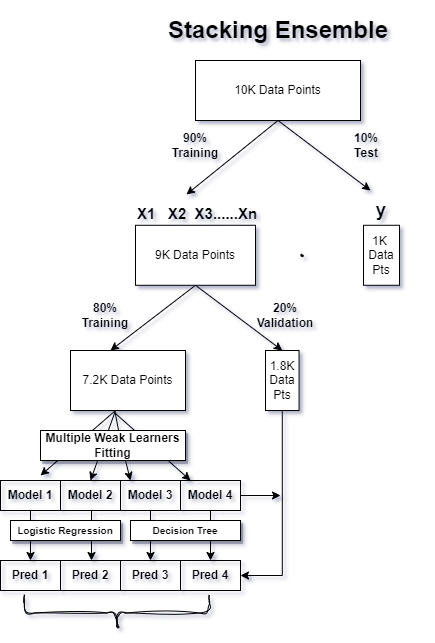
Before: Working of Manual Stacking Ensemble.drawio.png, a diagram exported from draw.io (PBPatil/Stacking_ensemble). Source tidied: cells renumbered, new cells last; positions are measured from the earlier drawing's top-left corner, leaving out a move shared by most shapes.
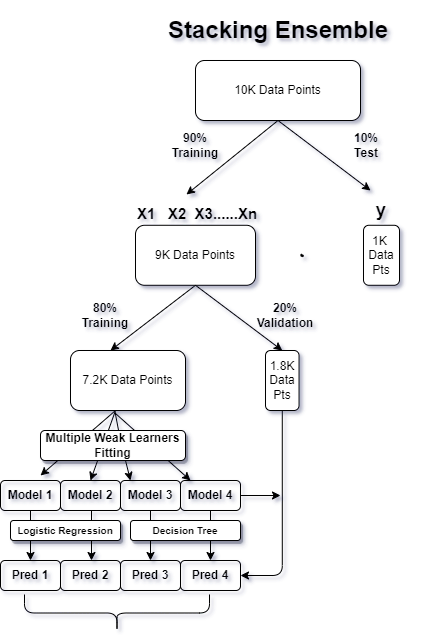
The same diagram one commit later.

Change to the diagram source:
```diff
@@ -2,19 +2,19 @@
   <root>
     <mxCell id="0" />
     <mxCell id="1" parent="0" />
-    <mxCell id="2" style="endArrow=classic;html=1;rounded=0;exitX=0.5;exitY=1;exitDx=0;exitDy=0;" parent="1" edge="1">
+    <mxCell id="2" style="endArrow=classic;html=1;rounded=1;exitX=0.5;exitY=1;exitDx=0;exitDy=0;" parent="1" edge="1">
       <mxGeometry relative="1" as="geometry">
         <mxPoint x="115" y="390" as="sourcePoint" />
         <mxPoint x="40" y="455" as="targetPoint" />
       </mxGeometry>
     </mxCell>
-    <mxCell id="3" style="endArrow=classic;html=1;rounded=0;exitX=0.5;exitY=1;exitDx=0;exitDy=0;" parent="1" edge="1">
+    <mxCell id="3" style="endArrow=classic;html=1;rounded=1;exitX=0.5;exitY=1;exitDx=0;exitDy=0;" parent="1" edge="1">
       <mxGeometry relative="1" as="geometry">
         <mxPoint x="115" y="390" as="sourcePoint" />
         <mxPoint x="90" y="460" as="targetPoint" />
       </mxGeometry>
     </mxCell>
-    <mxCell id="4" style="endArrow=classic;html=1;rounded=0;exitX=0.388;exitY=1.033;exitDx=0;exitDy=0;exitPerimeter=0;" parent="1" edge="1" source="17">
+    <mxCell id="4" style="endArrow=classic;html=1;rounded=1;exitX=0.388;exitY=1.033;exitDx=0;exitDy=0;exitPerimeter=0;" parent="1" edge="1" source="17">
       <mxGeometry relative="1" as="geometry">
         <mxPoint x="130" y="460" as="targetPoint" />
         <Array as="points">
@@ -22,123 +22,123 @@
         </Array>
       </mxGeometry>
     </mxCell>
-    <mxCell id="5" style="endArrow=classic;html=1;rounded=0;exitX=0.388;exitY=1.044;exitDx=0;exitDy=0;exitPerimeter=0;" parent="1" edge="1" source="17">
+    <mxCell id="5" style="endArrow=classic;html=1;rounded=1;exitX=0.388;exitY=1.044;exitDx=0;exitDy=0;exitPerimeter=0;" parent="1" edge="1" source="17">
       <mxGeometry relative="1" as="geometry">
         <mxPoint x="190" y="460" as="targetPoint" />
       </mxGeometry>
     </mxCell>
-    <mxCell id="6" value="9K Data Points" style="rounded=0;whiteSpace=wrap;html=1;" parent="1" vertex="1">
+    <mxCell id="6" value="9K Data Points" style="rounded=1;whiteSpace=wrap;html=1;" parent="1" vertex="1">
       <mxGeometry x="135" y="204.8" width="120" height="60" as="geometry" />
     </mxCell>
-    <mxCell id="7" value="1K&amp;nbsp;&lt;br&gt;Data&lt;br&gt;Pts" style="rounded=0;whiteSpace=wrap;html=1;" parent="1" vertex="1">
+    <mxCell id="7" value="1K&amp;nbsp;&lt;br&gt;Data&lt;br&gt;Pts" style="rounded=1;whiteSpace=wrap;html=1;" parent="1" vertex="1">
       <mxGeometry x="363" y="204.8" width="36" height="60" as="geometry" />
     </mxCell>
-    <mxCell id="8" value="&lt;h1&gt;Stacking Ensemble&lt;/h1&gt;" style="text;strokeColor=none;align=center;fillColor=none;html=1;verticalAlign=middle;whiteSpace=wrap;rounded=0;" parent="1" vertex="1">
+    <mxCell id="8" value="&lt;h1&gt;Stacking Ensemble&lt;/h1&gt;" style="text;strokeColor=none;align=center;fillColor=none;html=1;verticalAlign=middle;whiteSpace=wrap;rounded=1;" parent="1" vertex="1">
       <mxGeometry x="132.5" width="290" height="20" as="geometry" />
     </mxCell>
-    <mxCell id="9" style="shape=(stored shape, 640 characters);lineShape=1;" parent="1" vertex="1">
+    <mxCell id="9" style="shape=(stored shape, 640 characters);lineShape=1;rounded=1;" parent="1" vertex="1">
       <mxGeometry x="300.2" y="233.5" width="2.5" height="2.5" as="geometry" />
     </mxCell>
-    <mxCell id="10" value="&lt;font style=&quot;font-size: 18px;&quot;&gt;&lt;b style=&quot;&quot;&gt;&lt;sub&gt;X1&amp;nbsp; &amp;nbsp;X2&amp;nbsp; X3......Xn&lt;/sub&gt;&lt;/b&gt;&lt;/font&gt;" style="rounded=0;whiteSpace=wrap;html=1;align=left;shadow=0;strokeColor=none;fillColor=none;" parent="1" vertex="1">
+    <mxCell id="10" value="&lt;font style=&quot;font-size: 18px;&quot;&gt;&lt;b style=&quot;&quot;&gt;&lt;sub&gt;X1&amp;nbsp; &amp;nbsp;X2&amp;nbsp; X3......Xn&lt;/sub&gt;&lt;/b&gt;&lt;/font&gt;" style="rounded=1;whiteSpace=wrap;html=1;align=left;shadow=0;strokeColor=none;fillColor=none;" parent="1" vertex="1">
       <mxGeometry x="135" y="175.6" width="130" height="29.2" as="geometry" />
     </mxCell>
-    <mxCell id="11" value="&lt;div style=&quot;&quot;&gt;&lt;span style=&quot;background-color: initial;&quot;&gt;&lt;b&gt;&lt;font style=&quot;font-size: 18px;&quot;&gt;y&lt;/font&gt;&lt;/b&gt;&lt;/span&gt;&lt;/div&gt;" style="rounded=0;whiteSpace=wrap;html=1;align=center;shadow=0;strokeColor=none;fillColor=none;" parent="1" vertex="1">
+    <mxCell id="11" value="&lt;div style=&quot;&quot;&gt;&lt;span style=&quot;background-color: initial;&quot;&gt;&lt;b&gt;&lt;font style=&quot;font-size: 18px;&quot;&gt;y&lt;/font&gt;&lt;/b&gt;&lt;/span&gt;&lt;/div&gt;" style="rounded=1;whiteSpace=wrap;html=1;align=center;shadow=0;strokeColor=none;fillColor=none;" parent="1" vertex="1">
       <mxGeometry x="366" y="175.6" width="30" height="29.2" as="geometry" />
     </mxCell>
-    <mxCell id="12" value="10K Data Points" style="rounded=0;whiteSpace=wrap;html=1;" parent="1" vertex="1">
+    <mxCell id="12" value="10K Data Points" style="rounded=1;whiteSpace=wrap;html=1;" parent="1" vertex="1">
       <mxGeometry x="195" y="40" width="165" height="60" as="geometry" />
     </mxCell>
-    <mxCell id="13" style="endArrow=classic;html=1;rounded=0;exitX=0.5;exitY=1;exitDx=0;exitDy=0;entryX=0.392;entryY=-0.054;entryDx=0;entryDy=0;entryPerimeter=0;" parent="1" edge="1" source="12" target="10">
+    <mxCell id="13" style="endArrow=classic;html=1;rounded=1;exitX=0.5;exitY=1;exitDx=0;exitDy=0;entryX=0.392;entryY=-0.054;entryDx=0;entryDy=0;entryPerimeter=0;" parent="1" edge="1" source="12" target="10">
       <mxGeometry relative="1" as="geometry" />
     </mxCell>
-    <mxCell id="14" style="endArrow=classic;html=1;rounded=0;exitX=0.5;exitY=1;exitDx=0;exitDy=0;" parent="1" edge="1" source="12">
+    <mxCell id="14" style="endArrow=classic;html=1;rounded=1;exitX=0.5;exitY=1;exitDx=0;exitDy=0;" parent="1" edge="1" source="12">
       <mxGeometry relative="1" as="geometry">
         <mxPoint x="370" y="170" as="targetPoint" />
       </mxGeometry>
     </mxCell>
-    <mxCell id="15" value="&lt;b&gt;&lt;font style=&quot;font-size: 12px;&quot;&gt;90% Training&lt;/font&gt;&lt;/b&gt;" style="text;strokeColor=none;align=center;fillColor=none;html=1;verticalAlign=middle;whiteSpace=wrap;rounded=0;" parent="1" vertex="1">
+    <mxCell id="15" value="&lt;b&gt;&lt;font style=&quot;font-size: 12px;&quot;&gt;90% Training&lt;/font&gt;&lt;/b&gt;" style="text;strokeColor=none;align=center;fillColor=none;html=1;verticalAlign=middle;whiteSpace=wrap;rounded=1;" parent="1" vertex="1">
       <mxGeometry x="165" y="110" width="60" height="30" as="geometry" />
     </mxCell>
-    <mxCell id="16" value="&lt;b&gt;&lt;font style=&quot;font-size: 12px;&quot;&gt;10%&lt;br&gt;Test&lt;/font&gt;&lt;/b&gt;" style="text;strokeColor=none;align=center;fillColor=none;html=1;verticalAlign=middle;whiteSpace=wrap;rounded=0;" parent="1" vertex="1">
+    <mxCell id="16" value="&lt;b&gt;&lt;font style=&quot;font-size: 12px;&quot;&gt;10%&lt;br&gt;Test&lt;/font&gt;&lt;/b&gt;" style="text;strokeColor=none;align=center;fillColor=none;html=1;verticalAlign=middle;whiteSpace=wrap;rounded=1;" parent="1" vertex="1">
       <mxGeometry x="336" y="110" width="60" height="30" as="geometry" />
     </mxCell>
-    <mxCell id="17" value="7.2K Data Points" style="rounded=0;whiteSpace=wrap;html=1;" parent="1" vertex="1">
+    <mxCell id="17" value="7.2K Data Points" style="rounded=1;whiteSpace=wrap;html=1;" parent="1" vertex="1">
       <mxGeometry x="70" y="330" width="115" height="60" as="geometry" />
     </mxCell>
-    <mxCell id="18" style="edgeStyle=orthogonalEdgeStyle;rounded=0;jettySize=auto;html=1;exitX=0.5;exitY=1;exitDx=0;exitDy=0;entryX=1;entryY=0.5;entryDx=0;entryDy=0;" parent="1" edge="1" source="19" target="34">
+    <mxCell id="18" style="edgeStyle=orthogonalEdgeStyle;rounded=1;jettySize=auto;html=1;exitX=0.5;exitY=1;exitDx=0;exitDy=0;entryX=1;entryY=0.5;entryDx=0;entryDy=0;" parent="1" edge="1" source="19" target="34">
       <mxGeometry relative="1" as="geometry" />
     </mxCell>
-    <mxCell id="19" value="1.8K&lt;br&gt;Data&lt;br&gt;Pts" style="rounded=0;whiteSpace=wrap;html=1;" parent="1" vertex="1">
+    <mxCell id="19" value="1.8K&lt;br&gt;Data&lt;br&gt;Pts" style="rounded=1;whiteSpace=wrap;html=1;" parent="1" vertex="1">
       <mxGeometry x="265" y="330" width="33.5" height="60" as="geometry" />
     </mxCell>
-    <mxCell id="20" style="endArrow=classic;html=1;rounded=0;exitX=0.5;exitY=1;exitDx=0;exitDy=0;" parent="1" edge="1" source="6">
+    <mxCell id="20" style="endArrow=classic;html=1;rounded=1;exitX=0.5;exitY=1;exitDx=0;exitDy=0;" parent="1" edge="1" source="6">
       <mxGeometry relative="1" as="geometry">
         <mxPoint x="110" y="330" as="targetPoint" />
       </mxGeometry>
     </mxCell>
-    <mxCell id="21" style="endArrow=classic;html=1;rounded=0;exitX=0.5;exitY=1;exitDx=0;exitDy=0;entryX=0.5;entryY=0;entryDx=0;entryDy=0;" parent="1" edge="1" source="6" target="19">
+    <mxCell id="21" style="endArrow=classic;html=1;rounded=1;exitX=0.5;exitY=1;exitDx=0;exitDy=0;entryX=0.5;entryY=0;entryDx=0;entryDy=0;" parent="1" edge="1" source="6" target="19">
       <mxGeometry relative="1" as="geometry" />
     </mxCell>
-    <mxCell id="22" value="&lt;b&gt;&lt;font style=&quot;font-size: 12px;&quot;&gt;80% Training&lt;/font&gt;&lt;/b&gt;" style="text;strokeColor=none;align=center;fillColor=none;html=1;verticalAlign=middle;whiteSpace=wrap;rounded=0;" parent="1" vertex="1">
+    <mxCell id="22" value="&lt;b&gt;&lt;font style=&quot;font-size: 12px;&quot;&gt;80% Training&lt;/font&gt;&lt;/b&gt;" style="text;strokeColor=none;align=center;fillColor=none;html=1;verticalAlign=middle;whiteSpace=wrap;rounded=1;" parent="1" vertex="1">
       <mxGeometry x="75" y="280" width="60" height="30" as="geometry" />
     </mxCell>
-    <mxCell id="23" value="&lt;b&gt;&lt;font style=&quot;font-size: 12px;&quot;&gt;20%&lt;br&gt;Validation&lt;br&gt;&lt;/font&gt;&lt;/b&gt;" style="text;strokeColor=none;align=center;fillColor=none;html=1;verticalAlign=middle;whiteSpace=wrap;rounded=0;" parent="1" vertex="1">
+    <mxCell id="23" value="&lt;b&gt;&lt;font style=&quot;font-size: 12px;&quot;&gt;20%&lt;br&gt;Validation&lt;br&gt;&lt;/font&gt;&lt;/b&gt;" style="text;strokeColor=none;align=center;fillColor=none;html=1;verticalAlign=middle;whiteSpace=wrap;rounded=1;" parent="1" vertex="1">
       <mxGeometry x="255" y="280" width="60" height="30" as="geometry" />
     </mxCell>
-    <mxCell id="24" style="edgeStyle=orthogonalEdgeStyle;rounded=0;jettySize=auto;html=1;exitX=0.5;exitY=1;exitDx=0;exitDy=0;entryX=0.5;entryY=0;entryDx=0;entryDy=0;" parent="1" edge="1" source="25" target="31">
+    <mxCell id="24" style="edgeStyle=orthogonalEdgeStyle;rounded=1;jettySize=auto;html=1;exitX=0.5;exitY=1;exitDx=0;exitDy=0;entryX=0.5;entryY=0;entryDx=0;entryDy=0;" parent="1" edge="1" source="25" target="31">
       <mxGeometry relative="1" as="geometry" />
     </mxCell>
-    <mxCell id="25" value="&lt;b&gt;&lt;font style=&quot;font-size: 12px;&quot;&gt;Model 1&lt;br&gt;&lt;/font&gt;&lt;/b&gt;" style="text;strokeColor=default;align=center;fillColor=none;html=1;verticalAlign=middle;whiteSpace=wrap;rounded=0;" parent="1" vertex="1">
+    <mxCell id="25" value="&lt;b&gt;&lt;font style=&quot;font-size: 12px;&quot;&gt;Model 1&lt;br&gt;&lt;/font&gt;&lt;/b&gt;" style="text;strokeColor=default;align=center;fillColor=none;html=1;verticalAlign=middle;whiteSpace=wrap;rounded=1;" parent="1" vertex="1">
       <mxGeometry y="460" width="60" height="30" as="geometry" />
     </mxCell>
-    <mxCell id="26" value="&lt;b&gt;&lt;font style=&quot;font-size: 12px;&quot;&gt;Model 2&lt;br&gt;&lt;/font&gt;&lt;/b&gt;" style="text;strokeColor=default;align=center;fillColor=none;html=1;verticalAlign=middle;whiteSpace=wrap;rounded=0;" parent="1" vertex="1">
+    <mxCell id="26" value="&lt;b&gt;&lt;font style=&quot;font-size: 12px;&quot;&gt;Model 2&lt;br&gt;&lt;/font&gt;&lt;/b&gt;" style="text;strokeColor=default;align=center;fillColor=none;html=1;verticalAlign=middle;whiteSpace=wrap;rounded=1;" parent="1" vertex="1">
       <mxGeometry x="60" y="460" width="60" height="30" as="geometry" />
     </mxCell>
-    <mxCell id="27" value="&lt;b&gt;&lt;font style=&quot;font-size: 12px;&quot;&gt;Model 3&lt;br&gt;&lt;/font&gt;&lt;/b&gt;" style="text;strokeColor=default;align=center;fillColor=none;html=1;verticalAlign=middle;whiteSpace=wrap;rounded=0;" parent="1" vertex="1">
+    <mxCell id="27" value="&lt;b&gt;&lt;font style=&quot;font-size: 12px;&quot;&gt;Model 3&lt;br&gt;&lt;/font&gt;&lt;/b&gt;" style="text;strokeColor=default;align=center;fillColor=none;html=1;verticalAlign=middle;whiteSpace=wrap;rounded=1;" parent="1" vertex="1">
       <mxGeometry x="120" y="460" width="60" height="30" as="geometry" />
     </mxCell>
-    <mxCell id="28" style="edgeStyle=orthogonalEdgeStyle;rounded=0;jettySize=auto;html=1;exitX=0.5;exitY=1;exitDx=0;exitDy=0;entryX=0.5;entryY=0;entryDx=0;entryDy=0;" parent="1" edge="1" source="30" target="34">
+    <mxCell id="28" style="edgeStyle=orthogonalEdgeStyle;rounded=1;jettySize=auto;html=1;exitX=0.5;exitY=1;exitDx=0;exitDy=0;entryX=0.5;entryY=0;entryDx=0;entryDy=0;" parent="1" edge="1" source="30" target="34">
       <mxGeometry relative="1" as="geometry" />
     </mxCell>
-    <mxCell id="29" style="edgeStyle=orthogonalEdgeStyle;rounded=0;jettySize=auto;html=1;exitX=1;exitY=0.5;exitDx=0;exitDy=0;" parent="1" edge="1" source="30">
+    <mxCell id="29" style="edgeStyle=orthogonalEdgeStyle;rounded=1;jettySize=auto;html=1;exitX=1;exitY=0.5;exitDx=0;exitDy=0;" parent="1" edge="1" source="30">
       <mxGeometry relative="1" as="geometry">
         <mxPoint x="280" y="475" as="targetPoint" />
       </mxGeometry>
     </mxCell>
-    <mxCell id="30" value="&lt;b&gt;&lt;font style=&quot;font-size: 12px;&quot;&gt;Model 4&lt;br&gt;&lt;/font&gt;&lt;/b&gt;" style="text;strokeColor=default;align=center;fillColor=none;html=1;verticalAlign=middle;whiteSpace=wrap;rounded=0;" parent="1" vertex="1">
+    <mxCell id="30" value="&lt;b&gt;&lt;font style=&quot;font-size: 12px;&quot;&gt;Model 4&lt;br&gt;&lt;/font&gt;&lt;/b&gt;" style="text;strokeColor=default;align=center;fillColor=none;html=1;verticalAlign=middle;whiteSpace=wrap;rounded=1;" parent="1" vertex="1">
       <mxGeometry x="180" y="460" width="60" height="30" as="geometry" />
     </mxCell>
-    <mxCell id="31" value="&lt;b&gt;&lt;font style=&quot;font-size: 12px;&quot;&gt;Pred 1&lt;br&gt;&lt;/font&gt;&lt;/b&gt;" style="text;strokeColor=default;align=center;fillColor=none;html=1;verticalAlign=middle;whiteSpace=wrap;rounded=0;" parent="1" vertex="1">
+    <mxCell id="31" value="&lt;b&gt;&lt;font style=&quot;font-size: 12px;&quot;&gt;Pred 1&lt;br&gt;&lt;/font&gt;&lt;/b&gt;" style="text;strokeColor=default;align=center;fillColor=none;html=1;verticalAlign=middle;whiteSpace=wrap;rounded=1;" parent="1" vertex="1">
       <mxGeometry y="540" width="60" height="30" as="geometry" />
     </mxCell>
-    <mxCell id="32" value="&lt;b&gt;&lt;font style=&quot;font-size: 12px;&quot;&gt;Pred&amp;nbsp;2&lt;br&gt;&lt;/font&gt;&lt;/b&gt;" style="text;strokeColor=default;align=center;fillColor=none;html=1;verticalAlign=middle;whiteSpace=wrap;rounded=0;" parent="1" vertex="1">
+    <mxCell id="32" value="&lt;b&gt;&lt;font style=&quot;font-size: 12px;&quot;&gt;Pred&amp;nbsp;2&lt;br&gt;&lt;/font&gt;&lt;/b&gt;" style="text;strokeColor=default;align=center;fillColor=none;html=1;verticalAlign=middle;whiteSpace=wrap;rounded=1;" parent="1" vertex="1">
       <mxGeometry x="60" y="540" width="60" height="30" as="geometry" />
     </mxCell>
-    <mxCell id="33" value="&lt;b&gt;&lt;font style=&quot;font-size: 12px;&quot;&gt;Pred 3&lt;br&gt;&lt;/font&gt;&lt;/b&gt;" style="text;strokeColor=default;align=center;fillColor=none;html=1;verticalAlign=middle;whiteSpace=wrap;rounded=0;" parent="1" vertex="1">
+    <mxCell id="33" value="&lt;b&gt;&lt;font style=&quot;font-size: 12px;&quot;&gt;Pred 3&lt;br&gt;&lt;/font&gt;&lt;/b&gt;" style="text;strokeColor=default;align=center;fillColor=none;html=1;verticalAlign=middle;whiteSpace=wrap;rounded=1;" parent="1" vertex="1">
       <mxGeometry x="120" y="540" width="60" height="30" as="geometry" />
     </mxCell>
-    <mxCell id="34" value="&lt;b&gt;&lt;font style=&quot;font-size: 12px;&quot;&gt;Pred 4&lt;br&gt;&lt;/font&gt;&lt;/b&gt;" style="text;strokeColor=default;align=center;fillColor=none;html=1;verticalAlign=middle;whiteSpace=wrap;rounded=0;" parent="1" vertex="1">
+    <mxCell id="34" value="&lt;b&gt;&lt;font style=&quot;font-size: 12px;&quot;&gt;Pred 4&lt;br&gt;&lt;/font&gt;&lt;/b&gt;" style="text;strokeColor=default;align=center;fillColor=none;html=1;verticalAlign=middle;whiteSpace=wrap;rounded=1;" parent="1" vertex="1">
       <mxGeometry x="180" y="540" width="60" height="30" as="geometry" />
     </mxCell>
-    <mxCell id="35" style="edgeStyle=orthogonalEdgeStyle;rounded=0;orthogonalLoop=1;jettySize=auto;html=1;exitX=0.5;exitY=1;exitDx=0;exitDy=0;entryX=0.5;entryY=0;entryDx=0;entryDy=0;" parent="1" edge="1">
+    <mxCell id="35" style="edgeStyle=orthogonalEdgeStyle;rounded=1;orthogonalLoop=1;jettySize=auto;html=1;exitX=0.5;exitY=1;exitDx=0;exitDy=0;entryX=0.5;entryY=0;entryDx=0;entryDy=0;" parent="1" edge="1">
       <mxGeometry relative="1" as="geometry">
         <mxPoint x="91" y="490" as="sourcePoint" />
         <mxPoint x="91" y="540" as="targetPoint" />
       </mxGeometry>
     </mxCell>
-    <mxCell id="36" style="edgeStyle=orthogonalEdgeStyle;rounded=0;jettySize=auto;html=1;exitX=0.5;exitY=1;exitDx=0;exitDy=0;entryX=0.5;entryY=0;entryDx=0;entryDy=0;" parent="1" edge="1" source="27" target="33">
+    <mxCell id="36" style="edgeStyle=orthogonalEdgeStyle;rounded=1;jettySize=auto;html=1;exitX=0.5;exitY=1;exitDx=0;exitDy=0;entryX=0.5;entryY=0;entryDx=0;entryDy=0;" parent="1" edge="1" source="27" target="33">
       <mxGeometry relative="1" as="geometry" />
     </mxCell>
-    <mxCell id="37" value="&lt;b&gt;&lt;font style=&quot;font-size: 12px;&quot;&gt;Multiple Weak Learners Fitting&lt;/font&gt;&lt;/b&gt;" style="text;strokeColor=default;align=center;fillColor=default;html=1;verticalAlign=middle;whiteSpace=wrap;rounded=0;shadow=1;" parent="1" vertex="1">
+    <mxCell id="37" value="&lt;b&gt;&lt;font style=&quot;font-size: 12px;&quot;&gt;Multiple Weak Learners Fitting&lt;/font&gt;&lt;/b&gt;" style="text;strokeColor=default;align=center;fillColor=default;html=1;verticalAlign=middle;whiteSpace=wrap;rounded=1;shadow=1;" parent="1" vertex="1">
       <mxGeometry x="40" y="410" width="145" height="30" as="geometry" />
     </mxCell>
-    <mxCell id="38" value="&lt;b&gt;&lt;font style=&quot;font-size: 10px;&quot;&gt;Logistic Regression&lt;/font&gt;&lt;/b&gt;" style="text;strokeColor=default;align=center;fillColor=default;html=1;verticalAlign=middle;whiteSpace=wrap;rounded=0;shadow=1;" parent="1" vertex="1">
+    <mxCell id="38" value="&lt;b&gt;&lt;font style=&quot;font-size: 10px;&quot;&gt;Logistic Regression&lt;/font&gt;&lt;/b&gt;" style="text;strokeColor=default;align=center;fillColor=default;html=1;verticalAlign=middle;whiteSpace=wrap;rounded=1;shadow=1;" parent="1" vertex="1">
       <mxGeometry x="10" y="500" width="110" height="20" as="geometry" />
     </mxCell>
-    <mxCell id="39" value="&lt;b&gt;&lt;font style=&quot;font-size: 10px;&quot;&gt;Decision Tree&lt;/font&gt;&lt;/b&gt;" style="text;strokeColor=default;align=center;fillColor=default;html=1;verticalAlign=middle;whiteSpace=wrap;rounded=0;shadow=1;" parent="1" vertex="1">
+    <mxCell id="39" value="&lt;b&gt;&lt;font style=&quot;font-size: 10px;&quot;&gt;Decision Tree&lt;/font&gt;&lt;/b&gt;" style="text;strokeColor=default;align=center;fillColor=default;html=1;verticalAlign=middle;whiteSpace=wrap;rounded=1;shadow=1;" parent="1" vertex="1">
       <mxGeometry x="130" y="500" width="110" height="20" as="geometry" />
     </mxCell>
-    <mxCell id="40" style="shape=curlyBracket;whiteSpace=wrap;html=1;rounded=1;labelPosition=left;verticalLabelPosition=middle;align=right;verticalAlign=middle;sketch=1;hachureGap=4;jiggle=2;curveFitting=1;fontFamily=Architects Daughter;fontSource=https%3A%2F%2Ffonts.googleapis.com%2Fcss%3Ffamily%3DArchitects%2BDaughter;fontSize=20;size=0.5;rotation=-90;" parent="1" vertex="1">
+    <mxCell id="40" style="shape=curlyBracket;whiteSpace=wrap;html=1;rounded=1;labelPosition=left;verticalLabelPosition=middle;align=right;verticalAlign=middle;hachureGap=4;fontFamily=Architects Daughter;fontSource=https%3A%2F%2Ffonts.googleapis.com%2Fcss%3Ffamily%3DArchitects%2BDaughter;fontSize=20;size=0.5;rotation=-90;" parent="1" vertex="1">
       <mxGeometry x="98" y="500" width="37" height="185" as="geometry" />
     </mxCell>
   </root>
```
